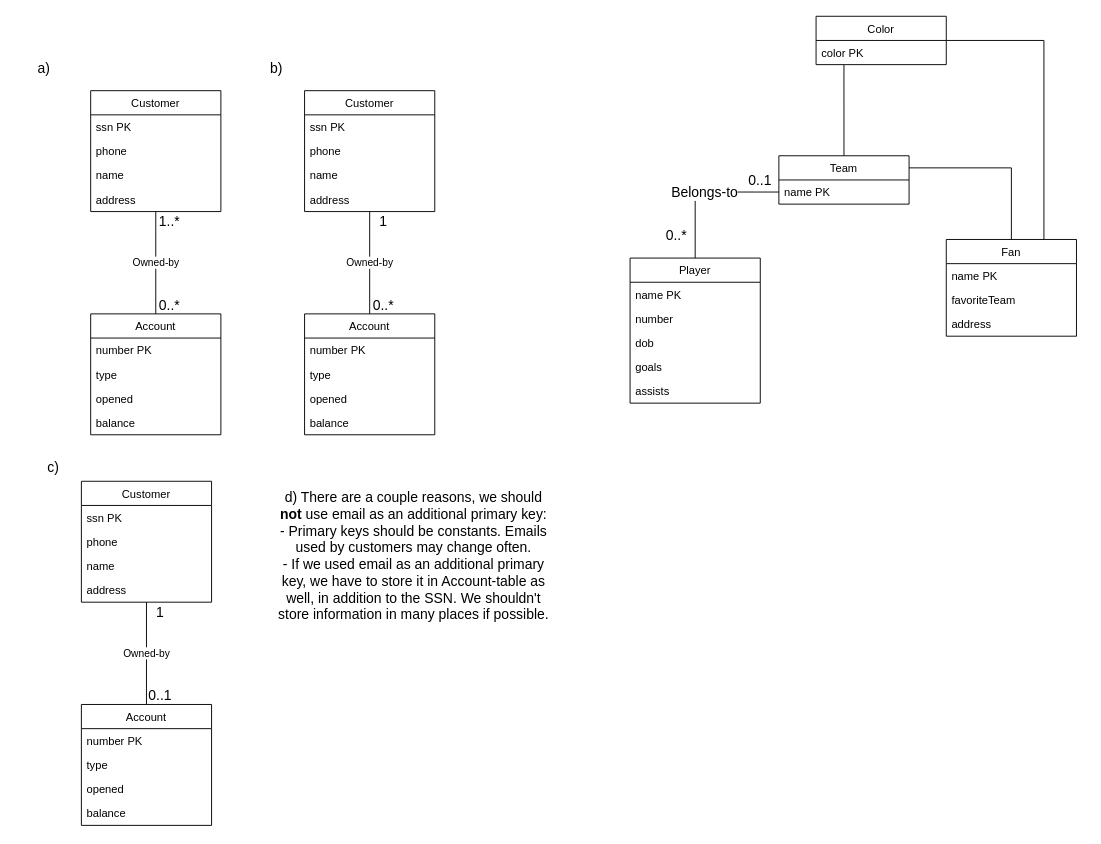
Above: Untitled 17.drawio in olliglorioso/datasets (draw.io), before the change. Source tidied: cells renumbered, new cells numbered last; positions are measured from the earlier drawing's top-left corner, leaving out a move shared by most shapes. Both pictures are drawn from the tidied source at 93%, with x=0, y=0 at pixel (16, 16).
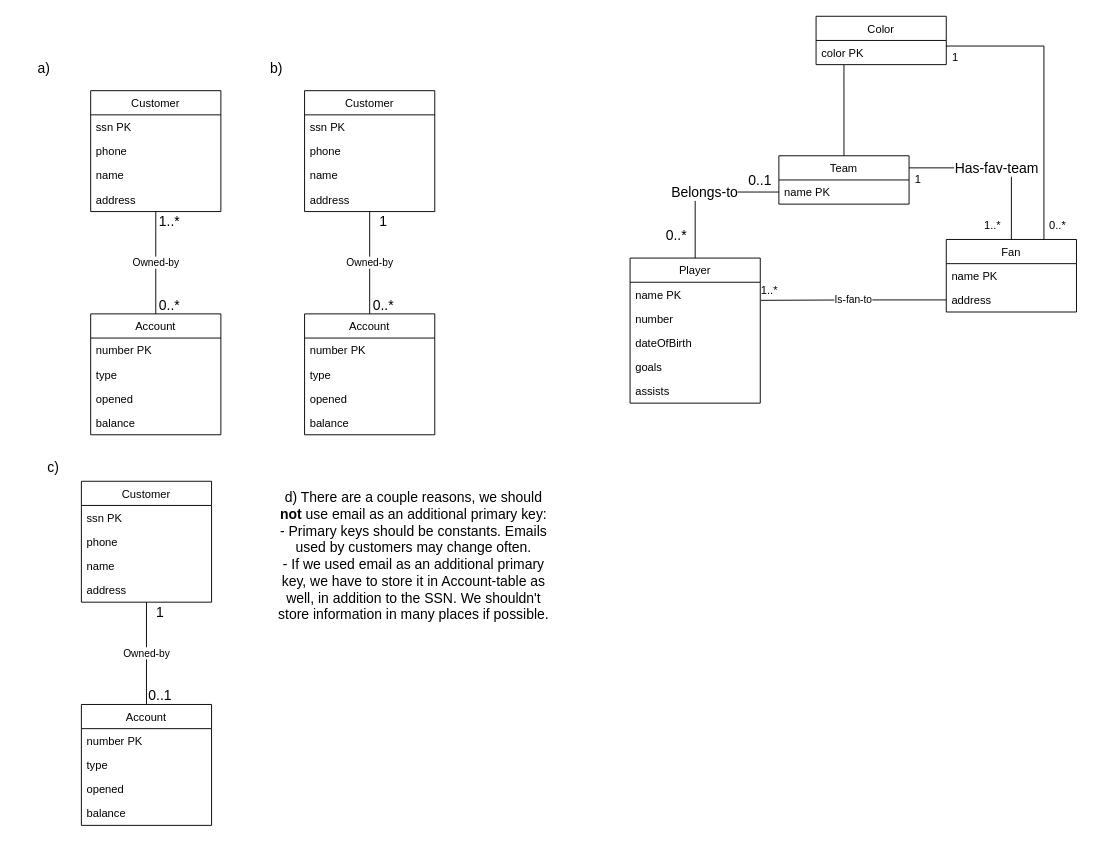
Above is the later version.

The change refers to these unchanged cells:
```xml
<mxCell id="47" value="Team" style="swimlane;fontStyle=0;horizontal=1;startSize=26;fillColor=none;" parent="1" vertex="1">
  <mxGeometry x="820" y="150" width="140" height="52" as="geometry" />
</mxCell>
<mxCell id="54" value="Color" style="swimlane;fontStyle=0;horizontal=1;startSize=26;fillColor=none;" parent="1" vertex="1">
  <mxGeometry x="860" width="140" height="52" as="geometry" />
</mxCell>
<mxCell id="55" value="color PK" style="text;strokeColor=none;fillColor=none;align=left;verticalAlign=top;spacingLeft=4;spacingRight=4;overflow=hidden;points=[[0,0.5],[1,0.5]];portConstraint=eastwest;" parent="54" vertex="1">
  <mxGeometry y="26" width="140" height="26" as="geometry" />
</mxCell>
<mxCell id="57" value="Player" style="swimlane;fontStyle=0;horizontal=1;startSize=26;fillColor=none;" parent="1" vertex="1">
  <mxGeometry x="660" y="260" width="140" height="156" as="geometry" />
</mxCell>
<mxCell id="58" value="name PK" style="text;strokeColor=none;fillColor=none;align=left;verticalAlign=top;spacingLeft=4;spacingRight=4;overflow=hidden;points=[[0,0.5],[1,0.5]];portConstraint=eastwest;" parent="57" vertex="1">
  <mxGeometry y="26" width="140" height="26" as="geometry" />
</mxCell>
```

Change to the diagram source:
```diff
@@
-    <mxCell id="45" style="edgeStyle=orthogonalEdgeStyle;rounded=0;jettySize=auto;html=1;exitX=1;exitY=0.25;exitDx=0;exitDy=0;fontSize=15;endArrow=none;endFill=0;" parent="1" edge="1" source="47" target="50">
+    <mxCell id="45" value="Has-fav-team" style="edgeStyle=orthogonalEdgeStyle;rounded=0;jettySize=auto;html=1;exitX=1;exitY=0.25;exitDx=0;exitDy=0;fontSize=15;endArrow=none;endFill=0;" parent="1" edge="1" source="47" target="50">
       <mxGeometry relative="1" as="geometry" />
     </mxCell>
@@
-    <mxCell id="49" style="edgeStyle=orthogonalEdgeStyle;rounded=0;jettySize=auto;html=1;exitX=0.75;exitY=0;exitDx=0;exitDy=0;entryX=1;entryY=0.5;entryDx=0;entryDy=0;fontSize=15;endArrow=none;endFill=0;" parent="1" edge="1" source="50" target="54">
+    <mxCell id="49" style="edgeStyle=orthogonalEdgeStyle;rounded=0;jettySize=auto;html=1;exitX=0.75;exitY=0;exitDx=0;exitDy=0;entryX=0.998;entryY=0.231;entryDx=0;entryDy=0;fontSize=15;endArrow=none;endFill=0;entryPerimeter=0;" parent="1" edge="1" source="50" target="55">
       <mxGeometry relative="1" as="geometry" />
     </mxCell>
     <mxCell id="50" value="Fan" style="swimlane;fontStyle=0;horizontal=1;startSize=26;fillColor=none;" parent="1" vertex="1">
-      <mxGeometry x="1000" y="240" width="140" height="104" as="geometry" />
+      <mxGeometry x="1000" y="240" width="140" height="78" as="geometry" />
     </mxCell>
@@
-    <mxCell id="52" value="favoriteTeam" style="text;strokeColor=none;fillColor=none;align=left;verticalAlign=top;spacingLeft=4;spacingRight=4;overflow=hidden;" parent="50" vertex="1">
-      <mxGeometry y="52" width="140" height="26" as="geometry" />
-    </mxCell>
     <mxCell id="53" value="address" style="text;strokeColor=none;fillColor=none;align=left;verticalAlign=top;spacingLeft=4;spacingRight=4;overflow=hidden;points=[[0,0.5],[1,0.5]];portConstraint=eastwest;" parent="50" vertex="1">
-      <mxGeometry y="78" width="140" height="26" as="geometry" />
+      <mxGeometry y="52" width="140" height="26" as="geometry" />
     </mxCell>
@@
-    <mxCell id="60" value="dob" style="text;strokeColor=none;fillColor=none;align=left;verticalAlign=top;spacingLeft=4;spacingRight=4;overflow=hidden;" parent="57" vertex="1">
+    <mxCell id="60" value="dateOfBirth" style="text;strokeColor=none;fillColor=none;align=left;verticalAlign=top;spacingLeft=4;spacingRight=4;overflow=hidden;" parent="57" vertex="1">
       <mxGeometry y="78" width="140" height="26" as="geometry" />
     </mxCell>
@@
+    <mxCell id="65" value="1" style="text;strokeColor=none;align=center;fillColor=none;html=1;verticalAlign=middle;whiteSpace=wrap;rounded=0;" parent="1" vertex="1">
+      <mxGeometry x="940" y="161" width="60" height="30" as="geometry" />
+    </mxCell>
+    <mxCell id="66" value="1" style="text;strokeColor=none;align=center;fillColor=none;html=1;verticalAlign=middle;whiteSpace=wrap;rounded=0;" parent="1" vertex="1">
+      <mxGeometry x="980" y="30" width="60" height="30" as="geometry" />
+    </mxCell>
+    <mxCell id="67" value="Is-fan-to" style="edgeStyle=orthogonalEdgeStyle;rounded=0;jettySize=auto;html=1;entryX=1.006;entryY=0.748;entryDx=0;entryDy=0;entryPerimeter=0;endArrow=none;endFill=0;" parent="1" edge="1" source="53" target="58">
+      <mxGeometry relative="1" as="geometry" />
+    </mxCell>
+    <mxCell id="68" value="1..*" style="text;strokeColor=none;align=center;fillColor=none;html=1;verticalAlign=middle;whiteSpace=wrap;rounded=0;" parent="1" vertex="1">
+      <mxGeometry x="780" y="280" width="60" height="30" as="geometry" />
+    </mxCell>
+    <mxCell id="69" value="0..*" style="text;strokeColor=none;align=center;fillColor=none;html=1;verticalAlign=middle;whiteSpace=wrap;rounded=0;" parent="1" vertex="1">
+      <mxGeometry x="1090" y="210" width="60" height="30" as="geometry" />
+    </mxCell>
+    <mxCell id="70" value="1..*" style="text;strokeColor=none;align=center;fillColor=none;html=1;verticalAlign=middle;whiteSpace=wrap;rounded=0;" parent="1" vertex="1">
+      <mxGeometry x="1020" y="210" width="60" height="30" as="geometry" />
+    </mxCell>
```
